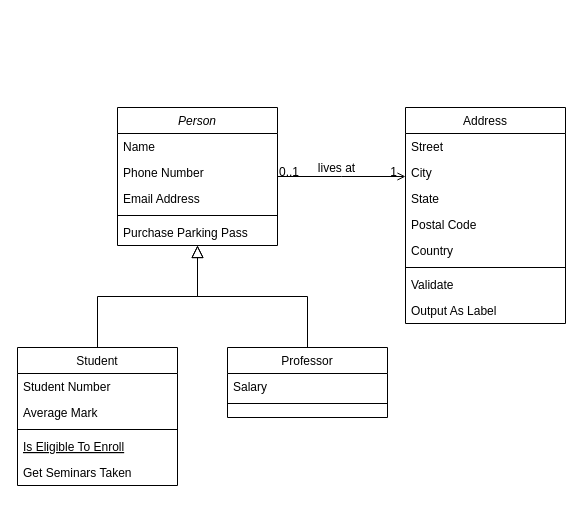
The draw.io diagram Untitled Diagram.drawio in mansijani12/project, before the edit. Source tidied: cells renumbered, new cells numbered last; positions are measured from the earlier drawing's top-left corner, leaving out a move shared by most shapes. Both pictures are drawn from the tidied source at 100%, with x=0, y=0 at pixel (17, 107).
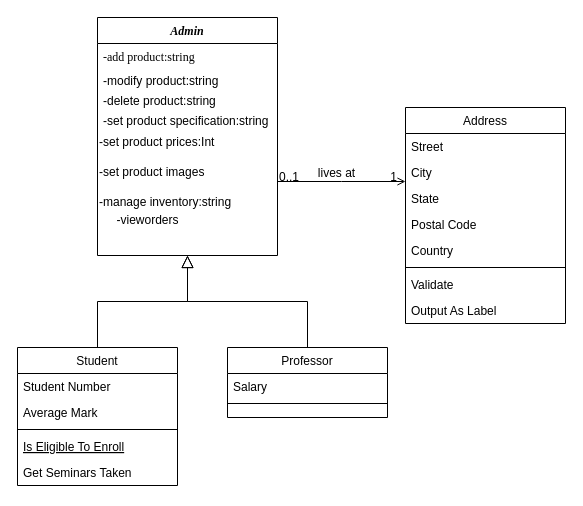
The same diagram, later.

The edit, as a diff of the source:
```diff
@@
-    <mxCell id="2" value="Person" style="swimlane;fontStyle=2;align=center;verticalAlign=top;horizontal=1;startSize=26;rounded=0;shadow=0;strokeWidth=1;" parent="1" vertex="1">
-      <mxGeometry x="100" width="160" height="138" as="geometry" />
+    <mxCell id="2" value="Admin" style="swimlane;fontStyle=3;align=center;verticalAlign=top;horizontal=1;startSize=26;rounded=0;shadow=0;strokeWidth=1;fontFamily=Times New Roman;" parent="1" vertex="1">
+      <mxGeometry x="80" y="-90" width="180" height="238" as="geometry" />
     </mxCell>
-    <mxCell id="3" value="Name" style="text;align=left;verticalAlign=top;spacingLeft=4;spacingRight=4;overflow=hidden;" parent="2" vertex="1">
-      <mxGeometry y="26" width="160" height="26" as="geometry" />
+    <mxCell id="3" value="-add product:string" style="text;align=left;verticalAlign=top;spacingLeft=4;spacingRight=4;overflow=hidden;fontFamily=Times New Roman;" parent="2" vertex="1">
+      <mxGeometry y="26" width="180" height="24" as="geometry" />
     </mxCell>
-    <mxCell id="4" value="Phone Number" style="text;align=left;verticalAlign=top;spacingLeft=4;spacingRight=4;overflow=hidden;rounded=0;shadow=0;html=0;" parent="2" vertex="1">
-      <mxGeometry y="52" width="160" height="26" as="geometry" />
+    <mxCell id="4" value="-modify product:string" style="text;align=left;verticalAlign=top;spacingLeft=4;spacingRight=4;overflow=hidden;rounded=0;shadow=0;html=0;" parent="2" vertex="1">
+      <mxGeometry y="50" width="180" height="20" as="geometry" />
     </mxCell>
-    <mxCell id="5" value="Email Address" style="text;align=left;verticalAlign=top;spacingLeft=4;spacingRight=4;overflow=hidden;rounded=0;shadow=0;html=0;" parent="2" vertex="1">
-      <mxGeometry y="78" width="160" height="26" as="geometry" />
+    <mxCell id="5" value="-delete product:string" style="text;align=left;verticalAlign=top;spacingLeft=4;spacingRight=4;overflow=hidden;rounded=0;shadow=0;html=0;" parent="2" vertex="1">
+      <mxGeometry y="70" width="180" height="20" as="geometry" />
     </mxCell>
-    <mxCell id="6" style="line;html=1;strokeWidth=1;align=left;verticalAlign=middle;spacingTop=-1;spacingLeft=3;spacingRight=3;labelPosition=right;" parent="2" vertex="1">
-      <mxGeometry y="104" width="160" height="8" as="geometry" />
-    </mxCell>
-    <mxCell id="7" value="Purchase Parking Pass" style="text;align=left;verticalAlign=top;spacingLeft=4;spacingRight=4;overflow=hidden;" parent="2" vertex="1">
-      <mxGeometry y="112" width="160" height="26" as="geometry" />
+    <mxCell id="7" value="-set product specification:string" style="text;align=left;verticalAlign=top;spacingLeft=4;spacingRight=4;overflow=hidden;" parent="2" vertex="1">
+      <mxGeometry y="90" width="180" height="20" as="geometry" />
     </mxCell>
+    <mxCell id="32" value="-set product prices:Int" style="text;html=1;align=left;verticalAlign=middle;strokeColor=none;fillColor=none;" parent="2" vertex="1">
+      <mxGeometry y="110" width="180" height="30" as="geometry" />
+    </mxCell>
+    <mxCell id="33" value="-set product images" style="text;html=1;align=left;verticalAlign=middle;strokeColor=none;fillColor=none;" parent="2" vertex="1">
+      <mxGeometry y="140" width="180" height="30" as="geometry" />
+    </mxCell>
+    <mxCell id="34" value="-manage inventory:string" style="text;html=1;align=left;verticalAlign=middle;strokeColor=none;fillColor=none;" parent="2" vertex="1">
+      <mxGeometry y="170" width="180" height="30" as="geometry" />
+    </mxCell>
@@
+    <mxCell id="35" value="-vieworders" style="text;html=1;align=center;verticalAlign=middle;strokeColor=none;fillColor=none;" parent="1" vertex="1">
+      <mxGeometry x="85" y="98" width="90" height="30" as="geometry" />
+    </mxCell>
```
